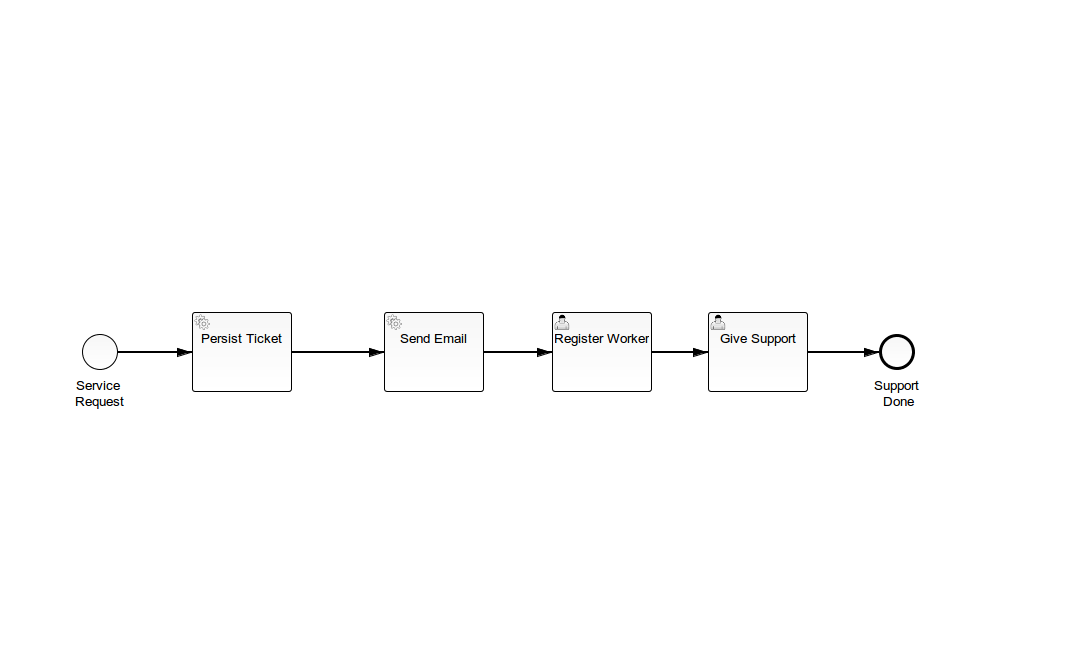
This is it-support/src/main/resources/it-support.png from timmornYE/modeling-it_support, a BPMN export, as it was before one commit. Its source is kept beside it as it-support/src/main/resources/it-support.bpmn. Ids are renumbered.
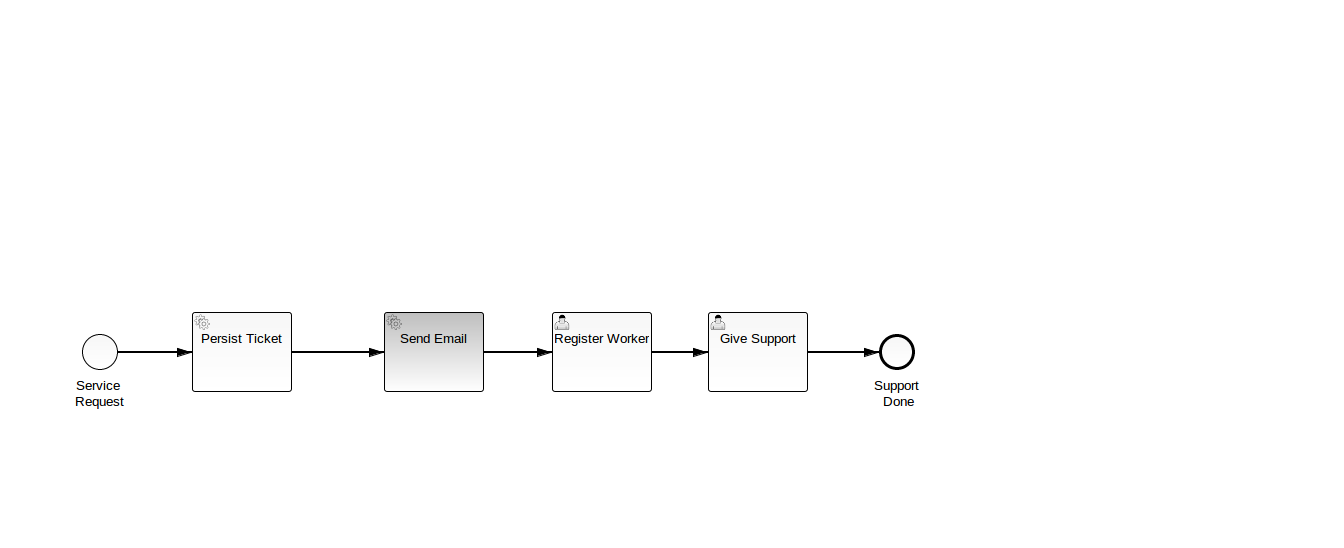
After the commit.

The edit, as a diff of the source:
```diff
@@ -12,7 +12,7 @@
       <bpmn2:incoming>SequenceFlow_4</bpmn2:incoming>
       <bpmn2:outgoing>SequenceFlow_5</bpmn2:outgoing>
     </bpmn2:userTask>
-    <bpmn2:serviceTask id="ServiceTask_2" camunda:expression="${true}" name="Send Email">
+    <bpmn2:serviceTask id="ServiceTask_2" camunda:expression="${supportBusinessLogic.sendRequestForSupporter(execution)}" name="Send Email">
       <bpmn2:incoming>SequenceFlow_3</bpmn2:incoming>
       <bpmn2:outgoing>SequenceFlow_4</bpmn2:outgoing>
     </bpmn2:serviceTask>
```
